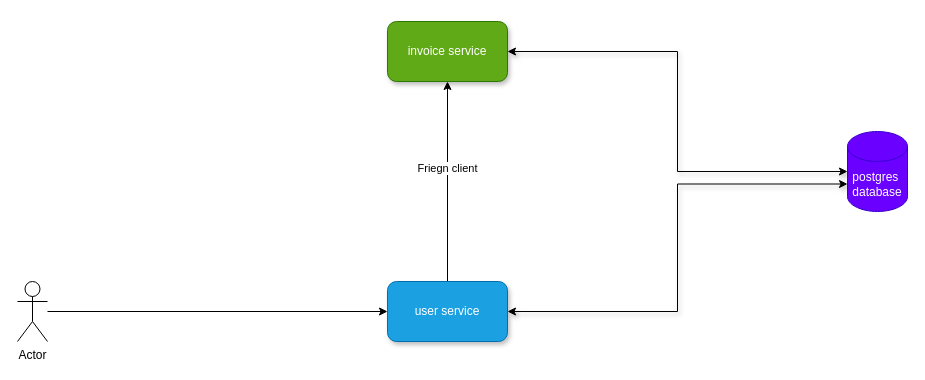
ccweerasinghe1994/microservices-project keeps this draw.io diagram as docs/microservice.drawio. Above is the earlier version. Source tidied: cells renumbered, new cells numbered last; positions are measured from the earlier drawing's top-left corner, leaving out a move shared by most shapes. Both pictures are drawn from the tidied source at 100%, with x=0, y=0 at pixel (17, 21).
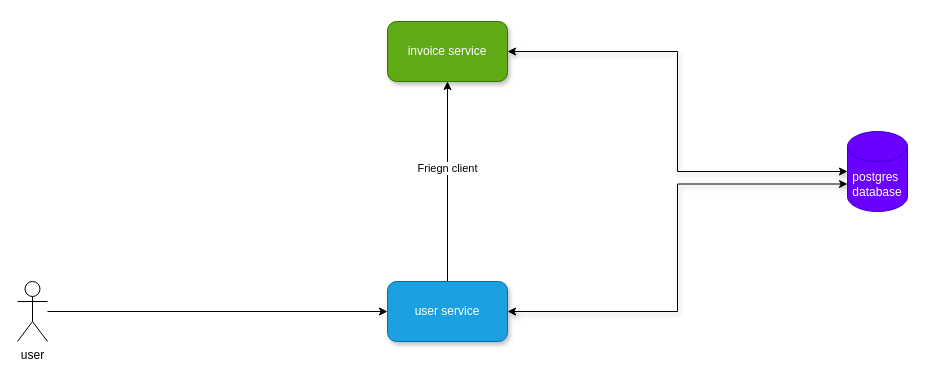
The same diagram, later.

Diff of the diagram source:
```diff
@@
 <mxGraphModel>
   <root>
     <mxCell id="0" />
     <mxCell id="1" parent="0" />
     <mxCell id="2" style="edgeStyle=orthogonalEdgeStyle;rounded=0;jettySize=auto;html=1;flowAnimation=1;" parent="1" edge="1" source="4" target="5">
       <mxGeometry relative="1" as="geometry" />
     </mxCell>
     <mxCell id="3" value="Friegn client" style="edgeLabel;html=1;align=center;verticalAlign=middle;" parent="2" vertex="1">
       <mxGeometry x="0.14" y="1" relative="1" as="geometry" />
     </mxCell>
     <mxCell id="4" value="user service" style="rounded=1;whiteSpace=wrap;html=1;fillColor=#1ba1e2;fontColor=#ffffff;strokeColor=#006EAF;shadow=1;" parent="1" vertex="1">
       <mxGeometry x="370" y="260" width="120" height="60" as="geometry" />
     </mxCell>
     <mxCell id="5" value="invoice service" style="rounded=1;whiteSpace=wrap;html=1;fillColor=#60a917;fontColor=#ffffff;strokeColor=#2D7600;fillStyle=auto;glass=0;shadow=1;" parent="1" vertex="1">
       <mxGeometry x="370" width="120" height="60" as="geometry" />
     </mxCell>
     <mxCell id="6" value="postgres&amp;nbsp;&lt;div&gt;database&lt;/div&gt;" style="shape=cylinder3;whiteSpace=wrap;html=1;boundedLbl=1;backgroundOutline=1;size=15;fillColor=#6a00ff;fontColor=#ffffff;strokeColor=#3700CC;" parent="1" vertex="1">
       <mxGeometry x="830" y="110" width="60" height="80" as="geometry" />
     </mxCell>
     <mxCell id="7" style="edgeStyle=orthogonalEdgeStyle;rounded=0;jettySize=auto;html=1;entryX=0;entryY=0.5;entryDx=0;entryDy=0;entryPerimeter=0;flowAnimation=1;shadow=1;flowAnimationDirection=alternate;startArrow=classic;startFill=1;" parent="1" edge="1" source="5" target="6">
       <mxGeometry relative="1" as="geometry" />
     </mxCell>
     <mxCell id="8" style="edgeStyle=orthogonalEdgeStyle;rounded=0;jettySize=auto;html=1;entryX=0;entryY=0;entryDx=0;entryDy=52.5;entryPerimeter=0;flowAnimation=1;shadow=1;startArrow=classic;startFill=1;" parent="1" edge="1" source="4" target="6">
       <mxGeometry relative="1" as="geometry" />
     </mxCell>
     <mxCell id="9" style="rounded=0;jettySize=auto;html=1;entryX=0;entryY=0.5;entryDx=0;entryDy=0;" parent="1" edge="1" source="10" target="4">
       <mxGeometry relative="1" as="geometry" />
     </mxCell>
-    <mxCell id="10" value="Actor" style="shape=umlActor;verticalLabelPosition=bottom;verticalAlign=top;html=1;outlineConnect=0;" parent="1" vertex="1">
+    <mxCell id="10" value="user" style="shape=umlActor;verticalLabelPosition=bottom;verticalAlign=top;html=1;outlineConnect=0;" parent="1" vertex="1">
       <mxGeometry y="260" width="30" height="60" as="geometry" />
     </mxCell>
   </root>
 </mxGraphModel>
```
